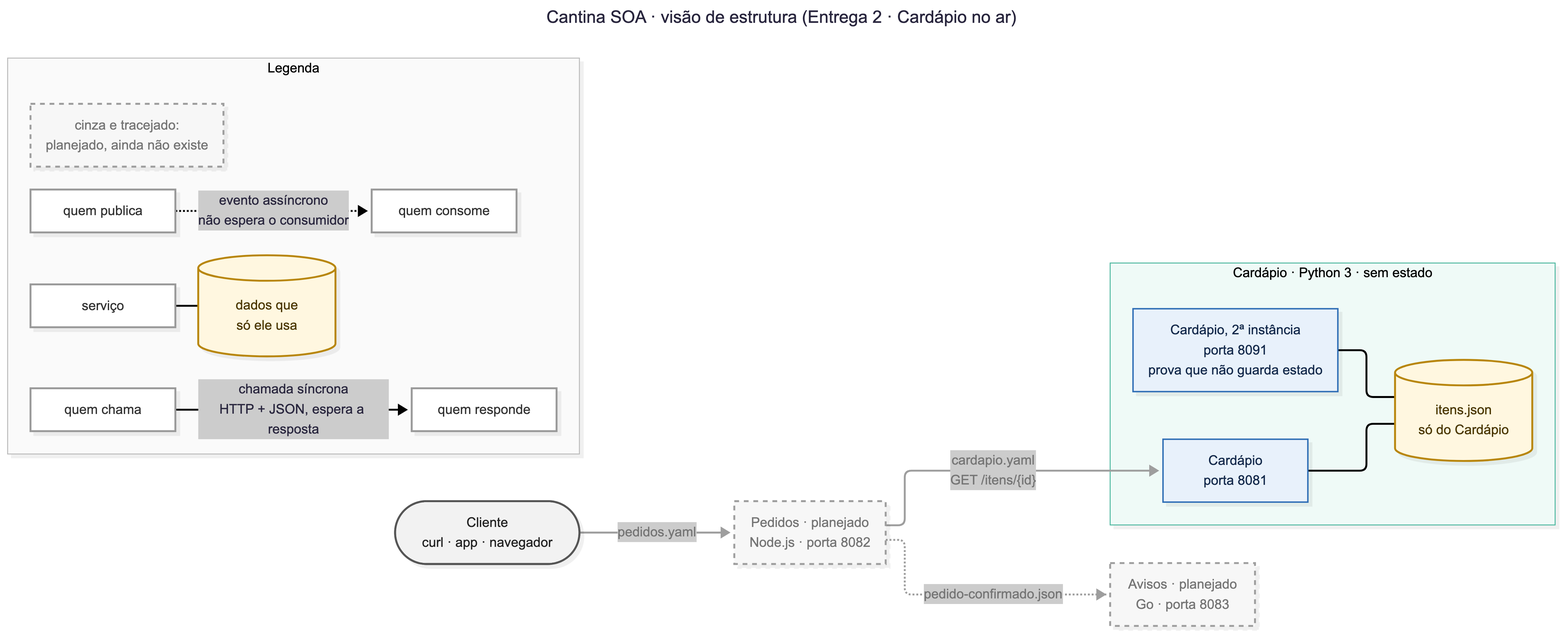
jota0802/cantina-soa keeps this Mermaid diagram as arquitetura/estrutura.png. Above is the earlier version. Its source is kept beside it as arquitetura/estrutura.mmd.
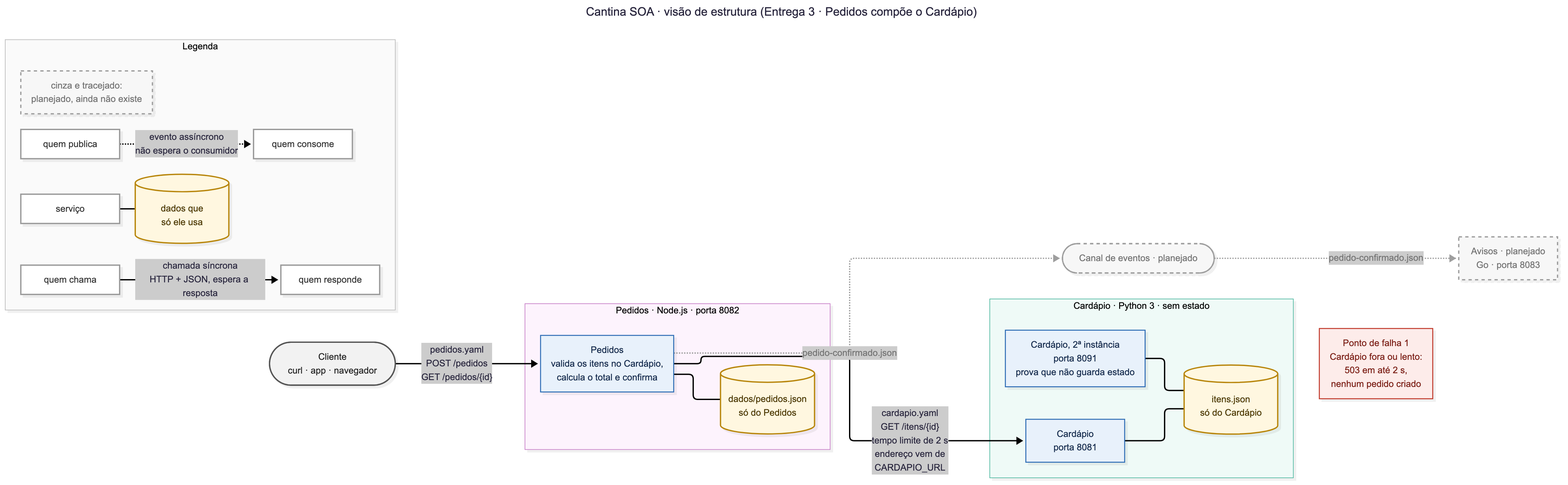
After the commit.

Commit message:
arquitetura: Pedidos compondo o Cardápio, com os dados do Pedidos

Diff of the diagram source:
```diff
@@ -1,5 +1,5 @@
 ---
-title: Cantina SOA · visão de estrutura (Entrega 2 · Cardápio no ar)
+title: Cantina SOA · visão de estrutura (Entrega 3 · Pedidos compõe o Cardápio)
 config:
   fontFamily: "Arial, Helvetica, sans-serif"
   flowchart:
@@ -7,6 +7,13 @@
 ---
 flowchart LR
   cliente(["Cliente<br/>curl · app · navegador"])
+
+  subgraph PED["Pedidos · Node.js · porta 8082"]
+    direction TB
+    pedidos["Pedidos<br/>valida os itens no Cardápio,<br/>calcula o total e confirma"]
+    pedJson[("dados/pedidos.json<br/>só do Pedidos")]
+    pedidos --- pedJson
+  end
 
   subgraph CAR["Cardápio · Python 3 · sem estado"]
     direction TB
@@ -17,12 +24,16 @@
     car2 --- itens
   end
 
-  pedidos["Pedidos · planejado<br/>Node.js · porta 8082"]
+  canal(["Canal de eventos · planejado"])
   av["Avisos · planejado<br/>Go · porta 8083"]
 
-  cliente -->|"pedidos.yaml"| pedidos
-  pedidos -->|"cardapio.yaml<br/>GET /itens/{id}"| car1
-  pedidos -.->|"pedido-confirmado.json"| av
+  cliente -->|"pedidos.yaml<br/>POST /pedidos<br/>GET /pedidos/{id}"| pedidos
+  pedidos -.->|"pedido-confirmado.json"| canal
+  canal -.->|"pedido-confirmado.json"| av
+  pedidos -->|"cardapio.yaml<br/>GET /itens/{id}<br/>tempo limite de 2 s<br/>endereço vem de<br/>CARDAPIO_URL"| car1
+
+  f1["Ponto de falha 1<br/>Cardápio fora ou lento:<br/>503 em até 2 s,<br/>nenhum pedido criado"]
+  CAR ~~~ f1
 
   subgraph LEG["Legenda"]
     direction LR
@@ -36,14 +47,17 @@
   classDef dados fill:#fff7e0,stroke:#b8860b,color:#4a3700
   classDef externo fill:#f2f2f2,stroke:#555,color:#222
   classDef planejado fill:#f7f7f7,stroke:#9e9e9e,stroke-dasharray:5 5,color:#757575
+  classDef falha fill:#fdecea,stroke:#c0392b,stroke-width:1.5px,color:#7a1d14
   classDef legenda fill:#ffffff,stroke:#999,color:#333
 
-  class car1,car2 servico
-  class itens,lf dados
+  class pedidos,car1,car2 servico
+  class pedJson,itens,lf dados
   class cliente externo
-  class pedidos,av,lp planejado
+  class canal,av,lp planejado
+  class f1 falha
   class la,lb,lc,ld,le legenda
 
-  linkStyle 2,3,4 stroke:#9e9e9e,color:#757575
+  linkStyle 4,5 stroke:#9e9e9e,color:#757575
+  style PED fill:#fdf3fd,stroke:#c77dc7
   style CAR fill:#effaf7,stroke:#4fb8a0
   style LEG fill:#fafafa,stroke:#bbb
```
